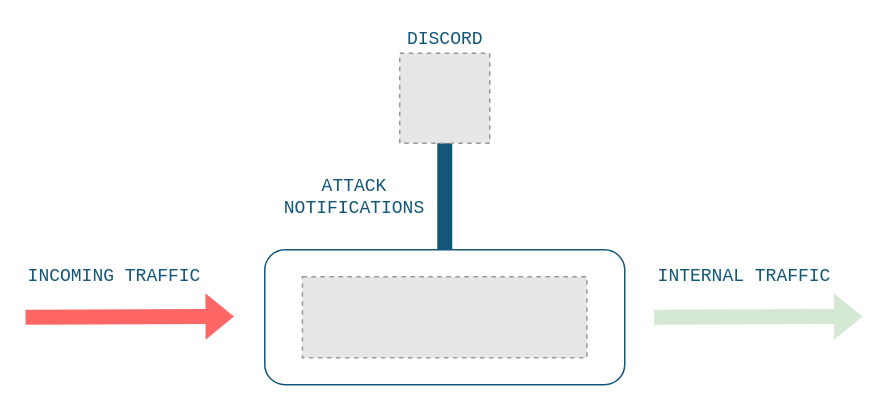
The draw.io diagram discord/docs/diagram.drawio in bunkerity/bunkerweb-plugins, before the edit. Source tidied: cells renumbered, new cells numbered last; positions are measured from the earlier drawing's top-left corner, leaving out a move shared by most shapes. Both pictures are drawn from the tidied source at 150%, with x=0, y=0 at pixel (24, 52). Pictures stored in the file or linked from it are replaced by grey dashed boxes.
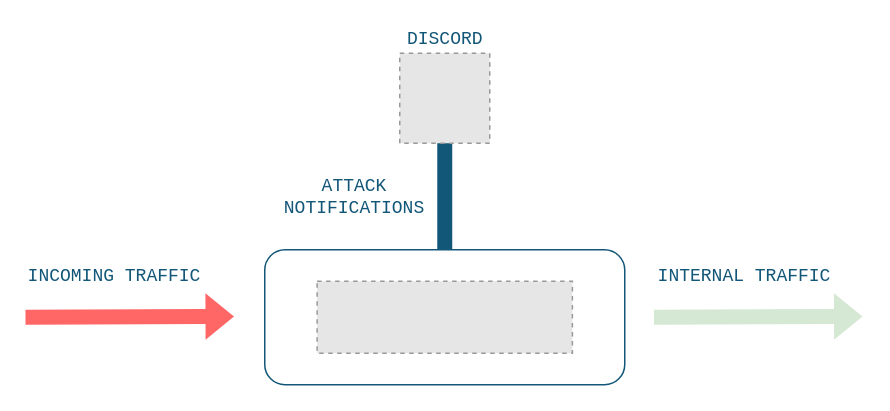
After the change.

What changed in the source:
```diff
@@
 <mxGraphModel>
   <root>
     <mxCell id="0" />
     <mxCell id="1" parent="0" />
     <mxCell id="2" style="rounded=1;whiteSpace=wrap;html=1;fillColor=none;strokeColor=#125678;" parent="1" vertex="1">
       <mxGeometry x="160" y="131" width="240" height="90" as="geometry" />
     </mxCell>
-    <mxCell id="3" style="fillColor=#E6E6E6;strokeColor=#999999;dashed=1;verticalLabelPosition=bottom;labelBackgroundColor=default;verticalAlign=top;" parent="1" vertex="1">
-      <mxGeometry x="185.1" y="149" width="189.7" height="54" as="geometry" />
-    </mxCell>
     <mxCell id="4" style="shape=flexArrow;endArrow=classic;html=1;rounded=0;fillColor=#FF6666;entryX=0;entryY=0.5;entryDx=0;entryDy=0;strokeColor=none;fontFamily=Consolas;verticalAlign=top;labelPosition=center;verticalLabelPosition=bottom;align=center;" parent="1" edge="1">
       <mxGeometry relative="1" as="geometry">
         <mxPoint y="176" as="sourcePoint" />
         <mxPoint x="140" y="175.5" as="targetPoint" />
       </mxGeometry>
     </mxCell>
     <mxCell id="5" value="INCOMING TRAFFIC" style="text;html=1;strokeColor=none;fillColor=none;align=center;verticalAlign=middle;whiteSpace=wrap;rounded=0;fontColor=#125678;fontFamily=Consolas;" parent="1" vertex="1">
       <mxGeometry x="0.4" y="131" width="119.6" height="35" as="geometry" />
     </mxCell>
     <mxCell id="6" value="INTERNAL TRAFFIC" style="text;html=1;strokeColor=none;fillColor=none;align=center;verticalAlign=middle;whiteSpace=wrap;rounded=0;fontColor=#125678;fontFamily=Consolas;" parent="1" vertex="1">
       <mxGeometry x="420" y="131" width="119.6" height="35" as="geometry" />
     </mxCell>
     <mxCell id="7" style="shape=flexArrow;endArrow=classic;html=1;rounded=0;fillColor=#d5e8d4;entryX=0;entryY=0.5;entryDx=0;entryDy=0;strokeColor=none;fontFamily=Consolas;verticalAlign=top;labelPosition=center;verticalLabelPosition=bottom;align=center;" parent="1" edge="1">
       <mxGeometry relative="1" as="geometry">
         <mxPoint x="419" y="176" as="sourcePoint" />
         <mxPoint x="559" y="175.5" as="targetPoint" />
       </mxGeometry>
     </mxCell>
     <mxCell id="8" style="shape=flexArrow;endArrow=none;html=1;rounded=0;fillColor=#125678;endFill=0;strokeColor=none;exitX=0.5;exitY=0;exitDx=0;exitDy=0;" parent="1" edge="1" source="2">
       <mxGeometry relative="1" as="geometry">
         <mxPoint x="280" y="51" as="targetPoint" />
       </mxGeometry>
     </mxCell>
     <mxCell id="9" value="&lt;div&gt;ATTACK&lt;/div&gt;&lt;div&gt;NOTIFICATIONS&lt;br&gt;&lt;/div&gt;" style="text;html=1;strokeColor=none;fillColor=none;align=center;verticalAlign=middle;whiteSpace=wrap;rounded=0;fontFamily=Consolas;fontColor=#125678;" parent="1" vertex="1">
       <mxGeometry x="190" y="81" width="60" height="30" as="geometry" />
     </mxCell>
     <mxCell id="10" value="&lt;font face=&quot;Consolas&quot; color=&quot;#125678&quot;&gt;DISCORD&lt;/font&gt;" style="fillColor=#E6E6E6;strokeColor=#999999;dashed=1;html=1;verticalAlign=bottom;verticalLabelPosition=top;labelBackgroundColor=#ffffff;labelPosition=center;align=center;" parent="1" vertex="1">
       <mxGeometry x="250" width="60" height="60" as="geometry" />
     </mxCell>
+    <mxCell id="11" style="fillColor=#E6E6E6;strokeColor=#999999;dashed=1;verticalLabelPosition=bottom;labelBackgroundColor=default;verticalAlign=top;" parent="1" vertex="1">
+      <mxGeometry x="194.9" y="152" width="170.2" height="48" as="geometry" />
+    </mxCell>
   </root>
 </mxGraphModel>
```
